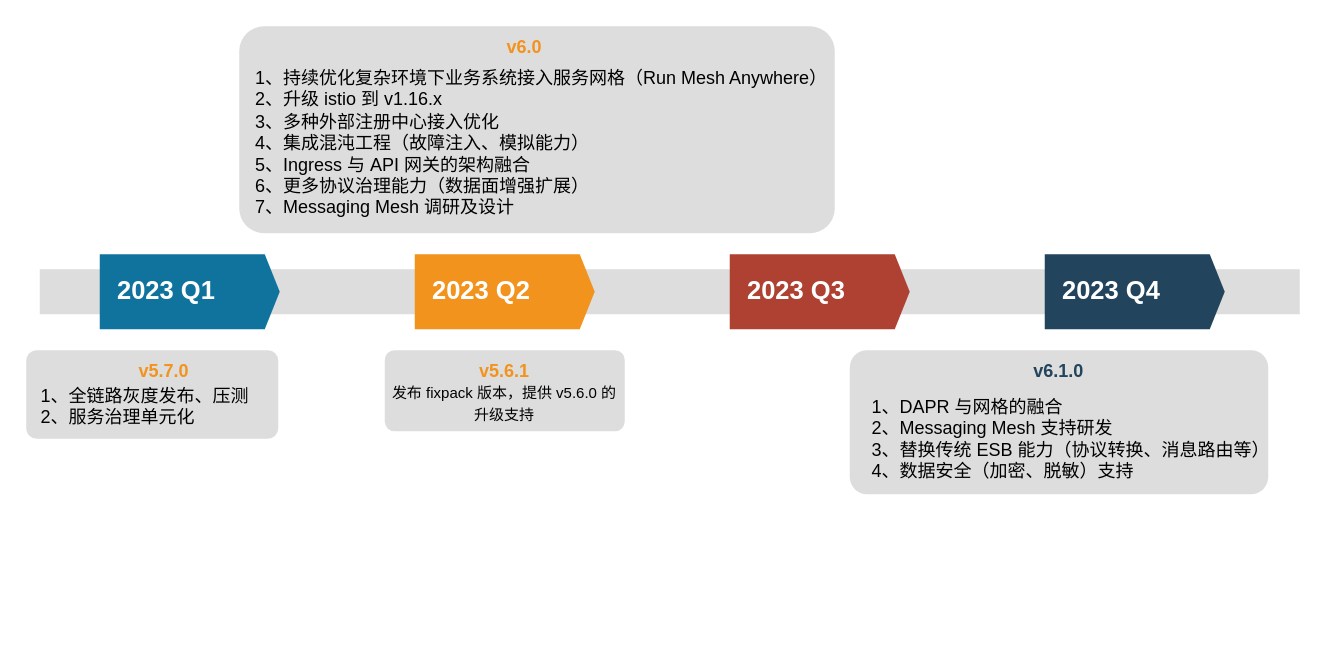
wangjinxiu/draw.io keeps this draw.io diagram as TDSF-roadmap.drawio. Above is the earlier version. Source tidied: cells renumbered, new cells numbered last; positions are measured from the earlier drawing's top-left corner, leaving out a move shared by most shapes. Both pictures are drawn from the tidied source at 150%, with x=0, y=0 at pixel (26, 26).
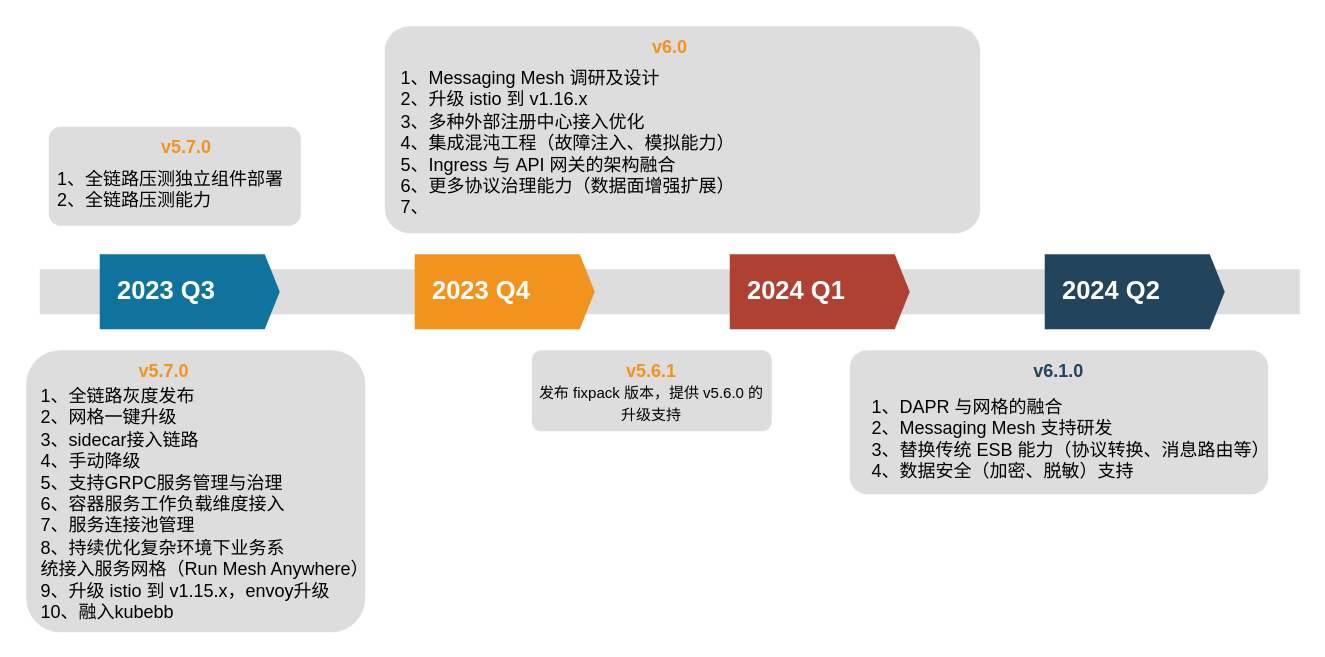
After the change.

Change to the diagram source:
```diff
@@
 <mxGraphModel>
   <root>
     <mxCell id="0" />
     <mxCell id="1" parent="0" />
     <mxCell id="2" style="fillColor=#dddddd;rounded=0;strokeColor=none;" parent="1" vertex="1">
       <mxGeometry x="9" y="162" width="840" height="30" as="geometry" />
     </mxCell>
-    <mxCell id="3" value="2023 Q1" style="shape=mxgraph.infographic.ribbonSimple;notch1=0;notch2=10;notch=0;html=1;fillColor=#10739E;strokeColor=none;shadow=0;fontSize=17;fontColor=#FFFFFF;align=left;spacingLeft=10;fontStyle=1;" parent="1" vertex="1">
+    <mxCell id="3" value="2023 Q3" style="shape=mxgraph.infographic.ribbonSimple;notch1=0;notch2=10;notch=0;html=1;fillColor=#10739E;strokeColor=none;shadow=0;fontSize=17;fontColor=#FFFFFF;align=left;spacingLeft=10;fontStyle=1;" parent="1" vertex="1">
       <mxGeometry x="49" y="152" width="120" height="50" as="geometry" />
     </mxCell>
-    <mxCell id="4" value="2023 Q2" style="shape=mxgraph.infographic.ribbonSimple;notch1=0;notch2=10;notch=0;html=1;fillColor=#F2931E;strokeColor=none;shadow=0;fontSize=17;fontColor=#FFFFFF;align=left;spacingLeft=10;fontStyle=1;" parent="1" vertex="1">
+    <mxCell id="4" value="2023 Q4" style="shape=mxgraph.infographic.ribbonSimple;notch1=0;notch2=10;notch=0;html=1;fillColor=#F2931E;strokeColor=none;shadow=0;fontSize=17;fontColor=#FFFFFF;align=left;spacingLeft=10;fontStyle=1;" parent="1" vertex="1">
       <mxGeometry x="259" y="152" width="120" height="50" as="geometry" />
     </mxCell>
-    <mxCell id="5" value="2023 Q3" style="shape=mxgraph.infographic.ribbonSimple;notch1=0;notch2=10;notch=0;html=1;fillColor=#AE4132;strokeColor=none;shadow=0;fontSize=17;fontColor=#FFFFFF;align=left;spacingLeft=10;fontStyle=1;" parent="1" vertex="1">
+    <mxCell id="5" value="2024 Q1" style="shape=mxgraph.infographic.ribbonSimple;notch1=0;notch2=10;notch=0;html=1;fillColor=#AE4132;strokeColor=none;shadow=0;fontSize=17;fontColor=#FFFFFF;align=left;spacingLeft=10;fontStyle=1;" parent="1" vertex="1">
       <mxGeometry x="469" y="152" width="120" height="50" as="geometry" />
     </mxCell>
-    <mxCell id="6" value="2023 Q4" style="shape=mxgraph.infographic.ribbonSimple;notch1=0;notch2=10;notch=0;html=1;fillColor=#23445D;strokeColor=none;shadow=0;fontSize=17;fontColor=#FFFFFF;align=left;spacingLeft=10;fontStyle=1;" parent="1" vertex="1">
+    <mxCell id="6" value="2024 Q2" style="shape=mxgraph.infographic.ribbonSimple;notch1=0;notch2=10;notch=0;html=1;fillColor=#23445D;strokeColor=none;shadow=0;fontSize=17;fontColor=#FFFFFF;align=left;spacingLeft=10;fontStyle=1;" parent="1" vertex="1">
       <mxGeometry x="679" y="152" width="120" height="50" as="geometry" />
     </mxCell>
     <mxCell id="7" value="&lt;b style=&quot;color: rgb(242 , 147 , 30)&quot;&gt;&amp;nbsp; &amp;nbsp; &amp;nbsp; &amp;nbsp; &amp;nbsp; &amp;nbsp; &amp;nbsp; &amp;nbsp; &amp;nbsp; &amp;nbsp; &amp;nbsp; &amp;nbsp; &amp;nbsp; &amp;nbsp; &amp;nbsp; &amp;nbsp; &amp;nbsp; &amp;nbsp; &amp;nbsp; &amp;nbsp; &amp;nbsp; &amp;nbsp; &amp;nbsp; &amp;nbsp; &amp;nbsp; &amp;nbsp; &amp;nbsp;v6.0&lt;/b&gt;&lt;font color=&quot;#10739e&quot;&gt;&lt;span&gt;&lt;br&gt;&lt;br&gt;&lt;/span&gt;&lt;br&gt;&lt;/font&gt;" style="rounded=1;strokeColor=none;fillColor=#DDDDDD;align=left;arcSize=12;verticalAlign=top;whiteSpace=wrap;html=1;fontSize=12;fontStyle=1;" parent="1" vertex="1">
-      <mxGeometry x="142" width="397" height="138" as="geometry" />
+      <mxGeometry x="239" width="397" height="138" as="geometry" />
     </mxCell>
     <mxCell id="8" value="&lt;font style=&quot;font-size: 10px&quot;&gt;&lt;font style=&quot;font-size: 12px&quot; color=&quot;#23445D&quot;&gt;&lt;b&gt;v6.1.0&lt;/b&gt;&lt;/font&gt;&lt;br&gt;&lt;br&gt;&lt;br&gt;&lt;/font&gt;" style="rounded=1;strokeColor=none;fillColor=#DDDDDD;align=center;arcSize=12;verticalAlign=top;whiteSpace=wrap;html=1;fontSize=12;" parent="1" vertex="1">
       <mxGeometry x="549" y="216" width="279" height="96" as="geometry" />
     </mxCell>
-    <mxCell id="9" value="1、持续优化复杂环境下业务系统接入服务网格（Run Mesh Anywhere）&lt;br&gt;2、升级 istio 到 v1.16.x&lt;br&gt;3、多种外部注册中心接入优化&lt;br&gt;4、集成混沌工程（故障注入、模拟能力）&lt;br&gt;5、Ingress 与 API 网关的架构融合&lt;br&gt;6、更多协议治理能力（数据面增强扩展）&lt;br&gt;7、Messaging Mesh 调研及设计" style="text;html=1;" parent="1" vertex="1">
-      <mxGeometry x="150.5" y="21" width="380" height="112" as="geometry" />
+    <mxCell id="9" value="1、Messaging Mesh 调研及设计&lt;br&gt;2、升级 istio 到 v1.16.x&lt;br&gt;3、多种外部注册中心接入优化&lt;br&gt;4、集成混沌工程（故障注入、模拟能力）&lt;br&gt;5、Ingress 与 API 网关的架构融合&lt;br&gt;6、更多协议治理能力（数据面增强扩展）&lt;br&gt;7、" style="text;html=1;" parent="1" vertex="1">
+      <mxGeometry x="247.5" y="21" width="380" height="112" as="geometry" />
     </mxCell>
     <mxCell id="10" value="1、DAPR 与网格的融合&lt;br&gt;2、Messaging Mesh 支持研发&lt;br&gt;3、替换传统 ESB 能力（协议转换、消息路由等）&lt;br&gt;4、数据安全（加密、脱敏）支持" style="text;html=1;" parent="1" vertex="1">
       <mxGeometry x="562" y="240" width="222" height="55" as="geometry" />
     </mxCell>
     <mxCell id="11" value="&lt;b style=&quot;color: rgb(242 , 147 , 30)&quot;&gt;&amp;nbsp; &amp;nbsp; &amp;nbsp; &amp;nbsp; &amp;nbsp; &amp;nbsp; &amp;nbsp; &amp;nbsp; &amp;nbsp; &amp;nbsp; &amp;nbsp; v5.7.0&lt;/b&gt;&lt;font color=&quot;#10739e&quot;&gt;&lt;span&gt;&lt;br&gt;&lt;br&gt;&lt;/span&gt;&lt;br&gt;&lt;/font&gt;" style="rounded=1;strokeColor=none;fillColor=#DDDDDD;align=left;arcSize=12;verticalAlign=top;whiteSpace=wrap;html=1;fontSize=12;fontStyle=1;" parent="1" vertex="1">
-      <mxGeometry y="216" width="168" height="59" as="geometry" />
+      <mxGeometry y="216" width="226" height="188" as="geometry" />
     </mxCell>
-    <mxCell id="12" value="1、全链路灰度发布、压测&lt;br&gt;2、服务治理单元化&lt;br&gt;&lt;div&gt;&lt;/div&gt;" style="text;html=1;" parent="1" vertex="1">
-      <mxGeometry x="7.5" y="233" width="161" height="27" as="geometry" />
+    <mxCell id="12" value="1、全链路灰度发布&lt;br&gt;2、网格一键升级&lt;br&gt;3、sidecar接入链路&lt;br&gt;4、手动降级&lt;br&gt;5、支持GRPC服务管理与治理&lt;br&gt;6、容器服务工作负载维度接入&lt;br&gt;7、服务连接池管理&lt;br&gt;8、持续优化复杂环境下业务系&lt;br&gt;统接入服务网格（Run Mesh Anywhere）&lt;br&gt;9、升级 istio 到 v1.15.x，envoy升级&lt;br&gt;10、融入kubebb&lt;br&gt;&lt;div&gt;&lt;/div&gt;" style="text;html=1;" parent="1" vertex="1">
+      <mxGeometry x="7.5" y="233" width="217.5" height="139" as="geometry" />
     </mxCell>
     <mxCell id="13" value="&lt;font style=&quot;font-size: 10px&quot;&gt;&lt;font style=&quot;font-size: 12px&quot; color=&quot;#F2931E&quot;&gt;&lt;b&gt;v5.6.1&lt;br&gt;&lt;/b&gt;&lt;/font&gt;发布 fixpack 版本，提供 v5.6.0 的升级支持&lt;br&gt;&lt;/font&gt;" style="rounded=1;strokeColor=none;fillColor=#DDDDDD;align=center;arcSize=12;verticalAlign=top;whiteSpace=wrap;html=1;fontSize=12;" parent="1" vertex="1">
-      <mxGeometry x="239" y="216" width="160" height="54" as="geometry" />
+      <mxGeometry x="337" y="216" width="160" height="54" as="geometry" />
     </mxCell>
+    <mxCell id="14" value="&lt;b style=&quot;color: rgb(242 , 147 , 30)&quot;&gt;&amp;nbsp; &amp;nbsp; &amp;nbsp; &amp;nbsp; &amp;nbsp; &amp;nbsp; &amp;nbsp; &amp;nbsp; &amp;nbsp; &amp;nbsp; &amp;nbsp; v5.7.0&lt;/b&gt;&lt;font color=&quot;#10739e&quot;&gt;&lt;span&gt;&lt;br&gt;&lt;br&gt;&lt;/span&gt;&lt;br&gt;&lt;/font&gt;" style="rounded=1;strokeColor=none;fillColor=#DDDDDD;align=left;arcSize=12;verticalAlign=top;whiteSpace=wrap;html=1;fontSize=12;fontStyle=1;" parent="1" vertex="1">
+      <mxGeometry x="15" y="67" width="168" height="66" as="geometry" />
+    </mxCell>
+    <mxCell id="15" value="1、全链路压测独立组件部署&lt;br&gt;2、全链路压测能力&lt;br&gt;&lt;div&gt;&lt;/div&gt;" style="text;html=1;" parent="1" vertex="1">
+      <mxGeometry x="18.5" y="88" width="161" height="27" as="geometry" />
+    </mxCell>
   </root>
 </mxGraphModel>
```
